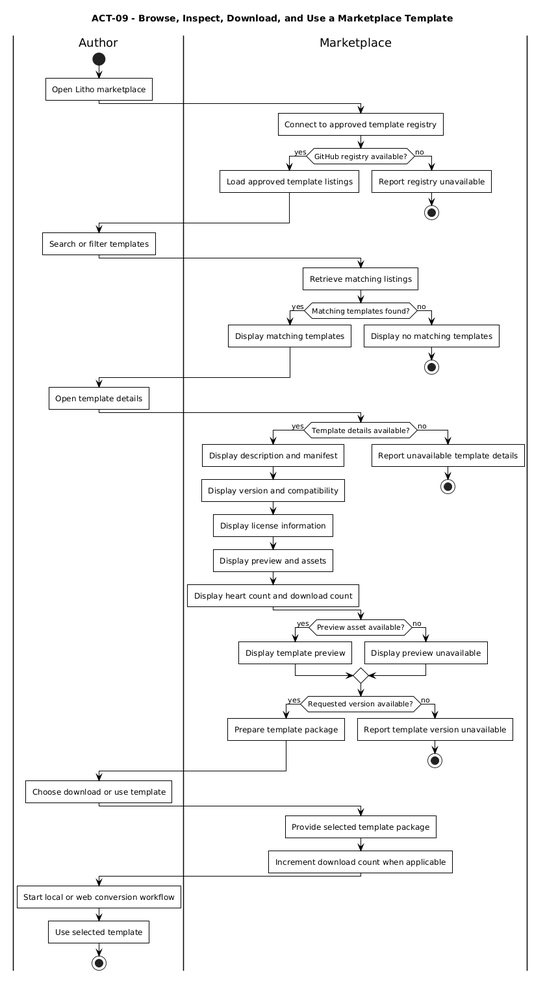
This is Figures/activity/09-marketplace-template.png from Litho-MD/uet-fyp-docs, a PlantUML export, as it was before one commit.
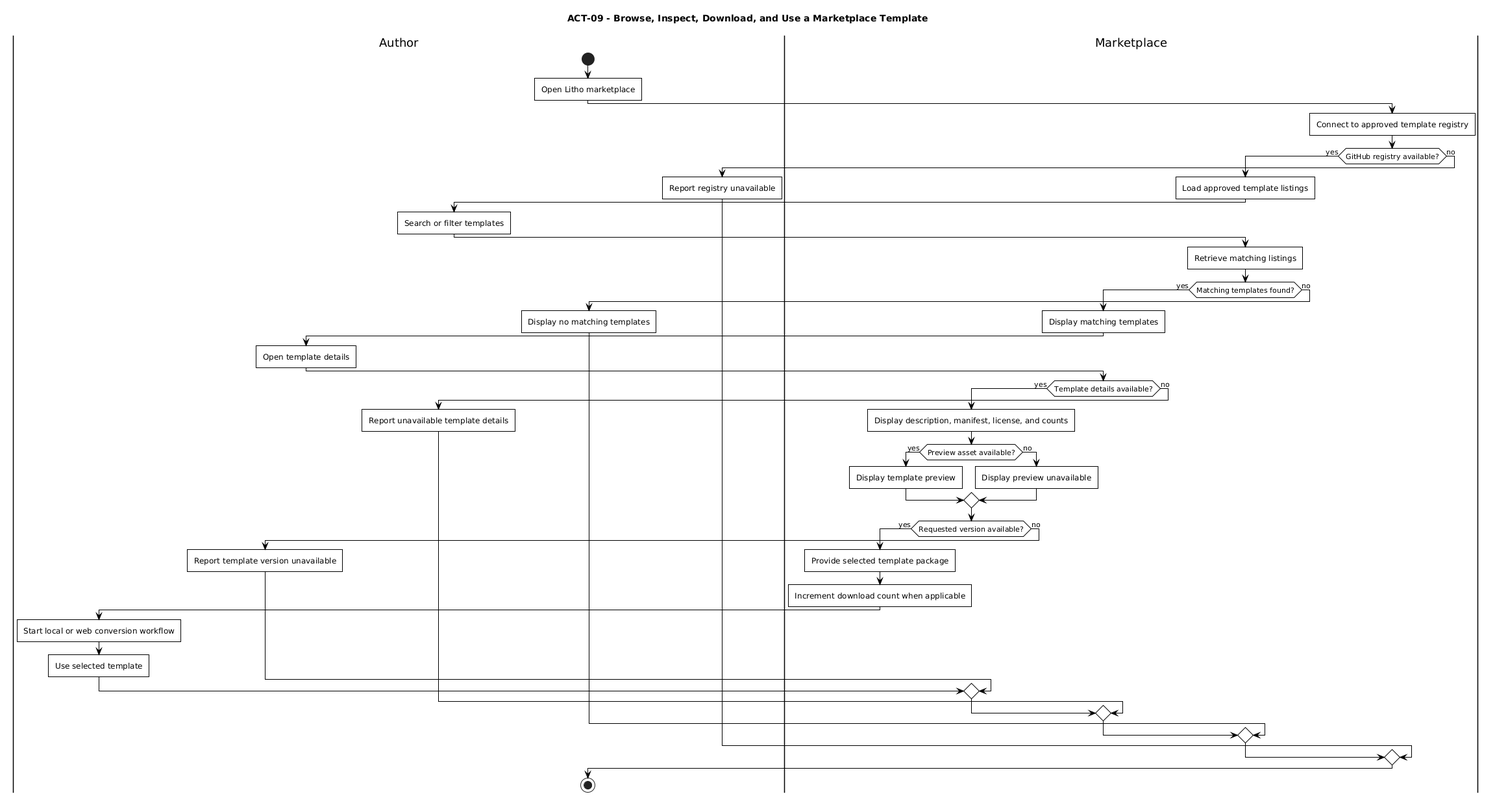
After the change.

Diff of the diagram source:
```diff
@@ -25,60 +25,43 @@
 :Connect to approved template registry;
 if (GitHub registry available?) then (yes)
     :Load approved template listings;
+    |Author|
+    :Search or filter templates;
+
+    |Marketplace|
+    :Retrieve matching listings;
+    if (Matching templates found?) then (yes)
+        :Display matching templates;
+        |Author|
+        :Open template details;
+
+        |Marketplace|
+        if (Template details available?) then (yes)
+            :Display description, manifest, license, and counts;
+            if (Preview asset available?) then (yes)
+                :Display template preview;
+            else (no)
+                :Display preview unavailable;
+            endif
+
+            if (Requested version available?) then (yes)
+                :Provide selected template package;
+                :Increment download count when applicable;
+                |Author|
+                :Start local or web conversion workflow;
+                :Use selected template;
+            else (no)
+                :Report template version unavailable;
+            endif
+        else (no)
+            :Report unavailable template details;
+        endif
+    else (no)
+        :Display no matching templates;
+    endif
 else (no)
     :Report registry unavailable;
-    stop
 endif
 
-|Author|
-:Search or filter templates;
-
-|Marketplace|
-:Retrieve matching listings;
-if (Matching templates found?) then (yes)
-    :Display matching templates;
-else (no)
-    :Display no matching templates;
-    stop
-endif
-
-|Author|
-:Open template details;
-
-|Marketplace|
-if (Template details available?) then (yes)
-    :Display description and manifest;
-    :Display version and compatibility;
-    :Display license information;
-    :Display preview and assets;
-    :Display heart count and download count;
-else (no)
-    :Report unavailable template details;
-    stop
-endif
-
-if (Preview asset available?) then (yes)
-    :Display template preview;
-else (no)
-    :Display preview unavailable;
-endif
-
-if (Requested version available?) then (yes)
-    :Prepare template package;
-else (no)
-    :Report template version unavailable;
-    stop
-endif
-
-|Author|
-:Choose download or use template;
-
-|Marketplace|
-:Provide selected template package;
-:Increment download count when applicable;
-
-|Author|
-:Start local or web conversion workflow;
-:Use selected template;
 stop
 @enduml
```
